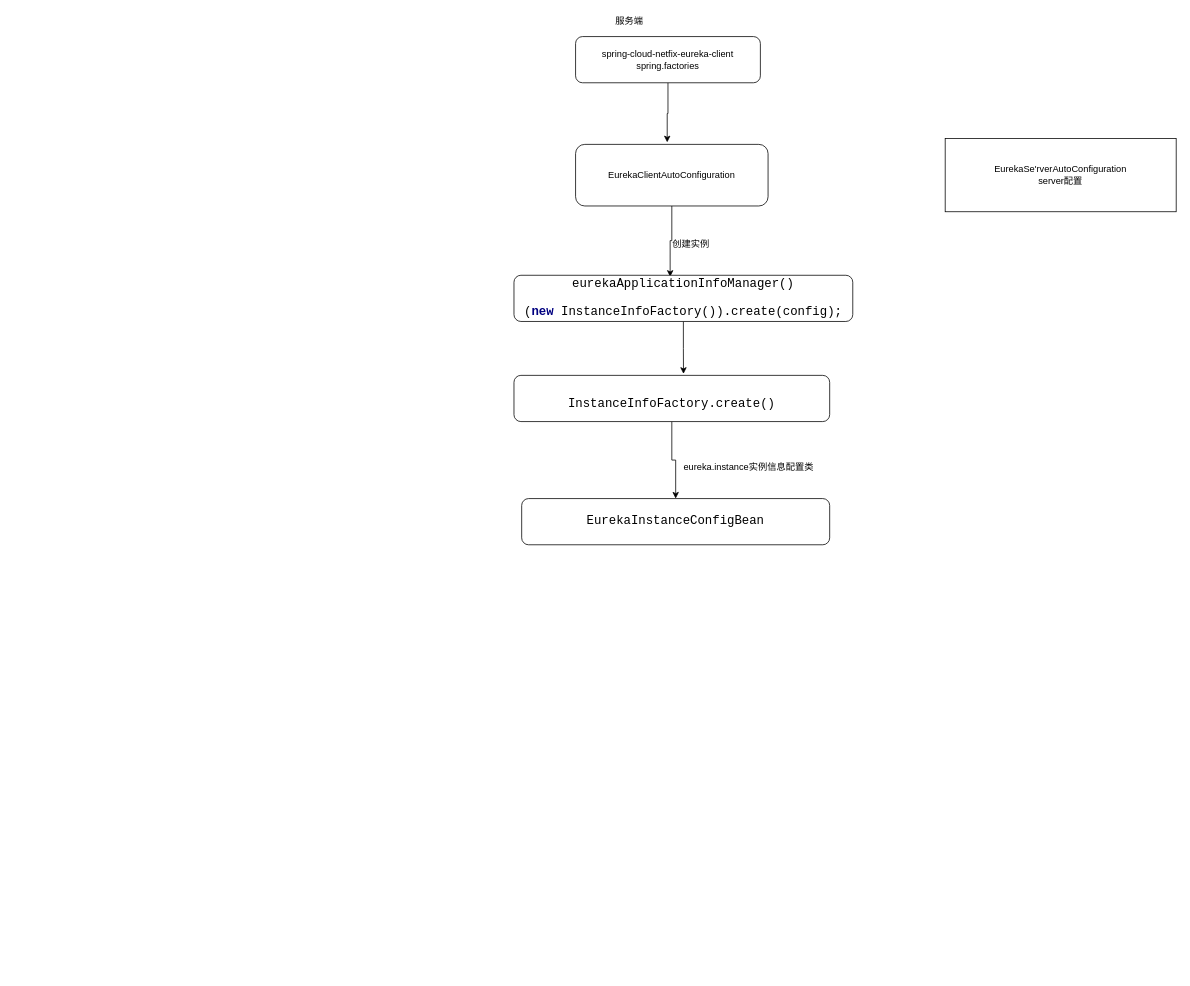
Earlier version of the draw.io diagram wyy-SpringCloud-eureka.drawio.drawio (liu911025/drawio). Source tidied: cells renumbered, new cells numbered last; positions are measured from the earlier drawing's top-left corner, leaving out a move shared by most shapes. Both pictures are drawn from the tidied source at 77%, with x=0, y=0 at pixel (514, 13).
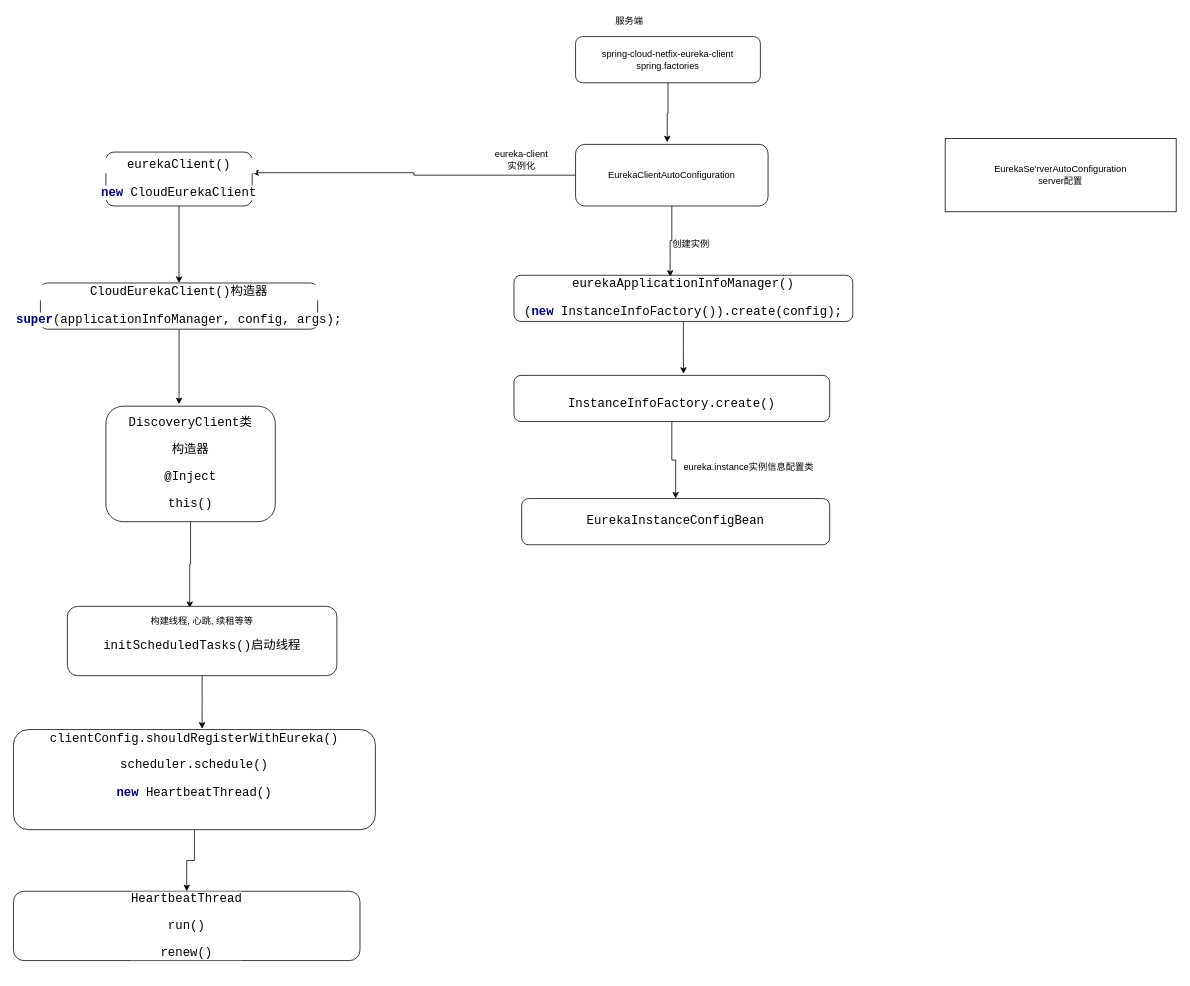
Above is the later version.

The change refers to these unchanged cells:
```xml
<mxCell id="6" value="EurekaClientAutoConfiguration" style="rounded=1;whiteSpace=wrap;html=1;" parent="1" vertex="1">
  <mxGeometry x="80" y="170" width="250" height="80" as="geometry" />
</mxCell>
```

Diff of the diagram source:
```diff
@@
+    <mxCell id="15" style="edgeStyle=orthogonalEdgeStyle;rounded=0;jettySize=auto;html=1;exitX=0;exitY=0.5;exitDx=0;exitDy=0;entryX=1;entryY=0.383;entryDx=0;entryDy=0;entryPerimeter=0;" parent="1" edge="1" source="6" target="17">
+      <mxGeometry relative="1" as="geometry" />
+    </mxCell>
@@
+    <mxCell id="16" style="edgeStyle=orthogonalEdgeStyle;rounded=0;jettySize=auto;html=1;entryX=0.5;entryY=0;entryDx=0;entryDy=0;" parent="1" edge="1" source="17" target="20">
+      <mxGeometry relative="1" as="geometry" />
+    </mxCell>
+    <mxCell id="17" value="&lt;pre style=&quot;background-color: rgb(255 , 255 , 255) ; font-size: 12pt&quot;&gt;eurekaClient()&lt;/pre&gt;&lt;pre style=&quot;background-color: rgb(255 , 255 , 255) ; font-size: 12pt&quot;&gt;&lt;pre style=&quot;font-size: 12pt&quot;&gt;&lt;span style=&quot;color: #000080 ; font-weight: bold&quot;&gt;new &lt;/span&gt;CloudEurekaClient&lt;/pre&gt;&lt;/pre&gt;" style="rounded=1;whiteSpace=wrap;html=1;" parent="1" vertex="1">
+      <mxGeometry x="-530" y="180" width="190" height="70" as="geometry" />
+    </mxCell>
+    <mxCell id="18" value="eureka-client实例化" style="text;html=1;strokeColor=none;fillColor=none;align=center;verticalAlign=middle;whiteSpace=wrap;rounded=0;" parent="1" vertex="1">
+      <mxGeometry x="-30" y="180" width="80" height="20" as="geometry" />
+    </mxCell>
+    <mxCell id="19" style="edgeStyle=orthogonalEdgeStyle;rounded=0;jettySize=auto;html=1;entryX=0.432;entryY=-0.017;entryDx=0;entryDy=0;entryPerimeter=0;" parent="1" edge="1" source="20" target="22">
+      <mxGeometry relative="1" as="geometry" />
+    </mxCell>
+    <mxCell id="20" value="&lt;pre style=&quot;background-color: rgb(255 , 255 , 255) ; font-size: 12pt&quot;&gt;CloudEurekaClient()构造器&lt;/pre&gt;&lt;pre style=&quot;background-color: rgb(255 , 255 , 255) ; font-size: 12pt&quot;&gt;&lt;pre style=&quot;font-size: 12pt&quot;&gt;&lt;span style=&quot;color: #000080 ; font-weight: bold&quot;&gt;super&lt;/span&gt;(applicationInfoManager, config, args);&lt;/pre&gt;&lt;/pre&gt;" style="rounded=1;whiteSpace=wrap;html=1;" parent="1" vertex="1">
+      <mxGeometry x="-615" y="350" width="360" height="60" as="geometry" />
+    </mxCell>
+    <mxCell id="21" style="edgeStyle=orthogonalEdgeStyle;rounded=0;jettySize=auto;html=1;exitX=0.5;exitY=1;exitDx=0;exitDy=0;entryX=0.454;entryY=0.025;entryDx=0;entryDy=0;entryPerimeter=0;" parent="1" edge="1" source="22" target="24">
+      <mxGeometry relative="1" as="geometry" />
+    </mxCell>
+    <mxCell id="22" value="&lt;pre style=&quot;background-color: rgb(255 , 255 , 255) ; font-size: 12pt&quot;&gt;DiscoveryClient类&lt;/pre&gt;&lt;pre style=&quot;background-color: rgb(255 , 255 , 255) ; font-size: 12pt&quot;&gt;构造器&lt;/pre&gt;&lt;pre style=&quot;background-color: rgb(255 , 255 , 255) ; font-size: 12pt&quot;&gt;&lt;pre style=&quot;font-size: 12pt&quot;&gt;@Inject&lt;/pre&gt;&lt;/pre&gt;&lt;pre style=&quot;background-color: rgb(255 , 255 , 255) ; font-size: 12pt&quot;&gt;this()&lt;/pre&gt;" style="rounded=1;whiteSpace=wrap;html=1;" parent="1" vertex="1">
+      <mxGeometry x="-530" y="510" width="220" height="150" as="geometry" />
+    </mxCell>
+    <mxCell id="23" style="edgeStyle=orthogonalEdgeStyle;rounded=0;jettySize=auto;html=1;entryX=0.521;entryY=-0.008;entryDx=0;entryDy=0;entryPerimeter=0;" parent="1" edge="1" source="24" target="26">
+      <mxGeometry relative="1" as="geometry" />
+    </mxCell>
+    <mxCell id="24" value="构建线程, 心跳, 续租等等&lt;br&gt;&lt;pre style=&quot;background-color: rgb(255 , 255 , 255) ; font-size: 12pt&quot;&gt;initScheduledTasks()启动线程&lt;/pre&gt;" style="rounded=1;whiteSpace=wrap;html=1;" parent="1" vertex="1">
+      <mxGeometry x="-580" y="770" width="350" height="90" as="geometry" />
+    </mxCell>
+    <mxCell id="25" style="edgeStyle=orthogonalEdgeStyle;rounded=0;jettySize=auto;html=1;exitX=0.5;exitY=1;exitDx=0;exitDy=0;entryX=0.5;entryY=0;entryDx=0;entryDy=0;" parent="1" edge="1" source="26" target="27">
+      <mxGeometry relative="1" as="geometry" />
+    </mxCell>
+    <mxCell id="26" value="&lt;pre style=&quot;background-color: rgb(255 , 255 , 255) ; font-size: 12pt&quot;&gt;clientConfig.shouldRegisterWithEureka()&lt;/pre&gt;&lt;pre style=&quot;background-color: rgb(255 , 255 , 255) ; font-size: 12pt&quot;&gt;&lt;pre style=&quot;font-size: 12pt&quot;&gt;scheduler.schedule()&lt;/pre&gt;&lt;pre style=&quot;font-size: 12pt&quot;&gt;&lt;pre style=&quot;font-size: 12pt&quot;&gt;&lt;span style=&quot;color: #000080 ; font-weight: bold&quot;&gt;new &lt;/span&gt;HeartbeatThread()&lt;/pre&gt;&lt;/pre&gt;&lt;pre style=&quot;font-size: 12pt&quot;&gt;&lt;br&gt;&lt;/pre&gt;&lt;/pre&gt;" style="rounded=1;whiteSpace=wrap;html=1;" parent="1" vertex="1">
+      <mxGeometry x="-650" y="930" width="470" height="130" as="geometry" />
+    </mxCell>
+    <mxCell id="27" value="&lt;pre style=&quot;background-color: rgb(255 , 255 , 255) ; font-size: 12pt&quot;&gt;HeartbeatThread&lt;/pre&gt;&lt;pre style=&quot;background-color: rgb(255 , 255 , 255) ; font-size: 12pt&quot;&gt;run()&lt;/pre&gt;&lt;pre style=&quot;background-color: rgb(255 , 255 , 255) ; font-size: 12pt&quot;&gt;&lt;pre style=&quot;font-size: 12pt&quot;&gt;renew()&lt;/pre&gt;&lt;/pre&gt;" style="rounded=1;whiteSpace=wrap;html=1;" parent="1" vertex="1">
+      <mxGeometry x="-650" y="1140" width="450" height="90" as="geometry" />
+    </mxCell>
```
